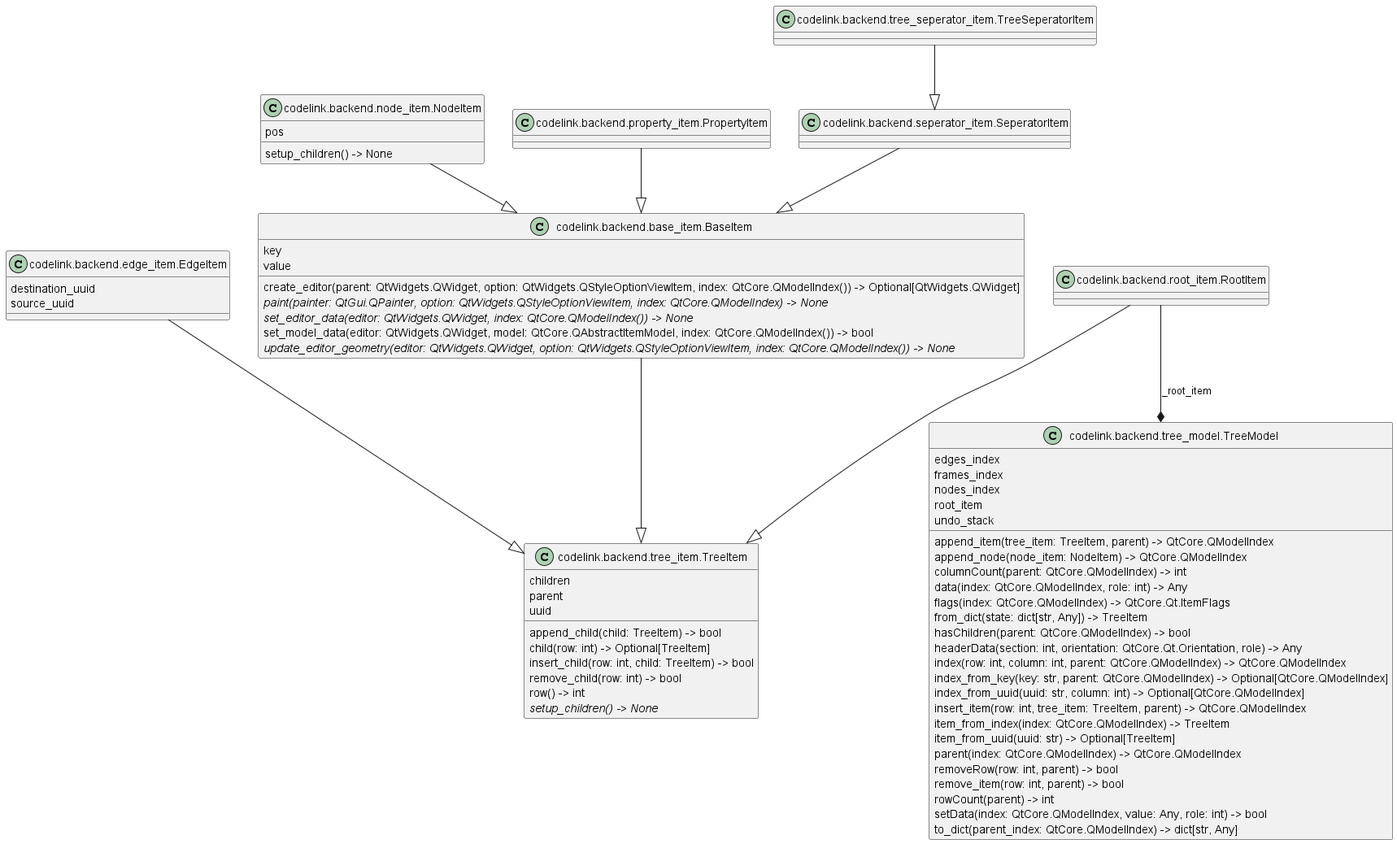
Before: img/backend_classes.png, a diagram exported from PlantUML (j8sr0230/codelink).
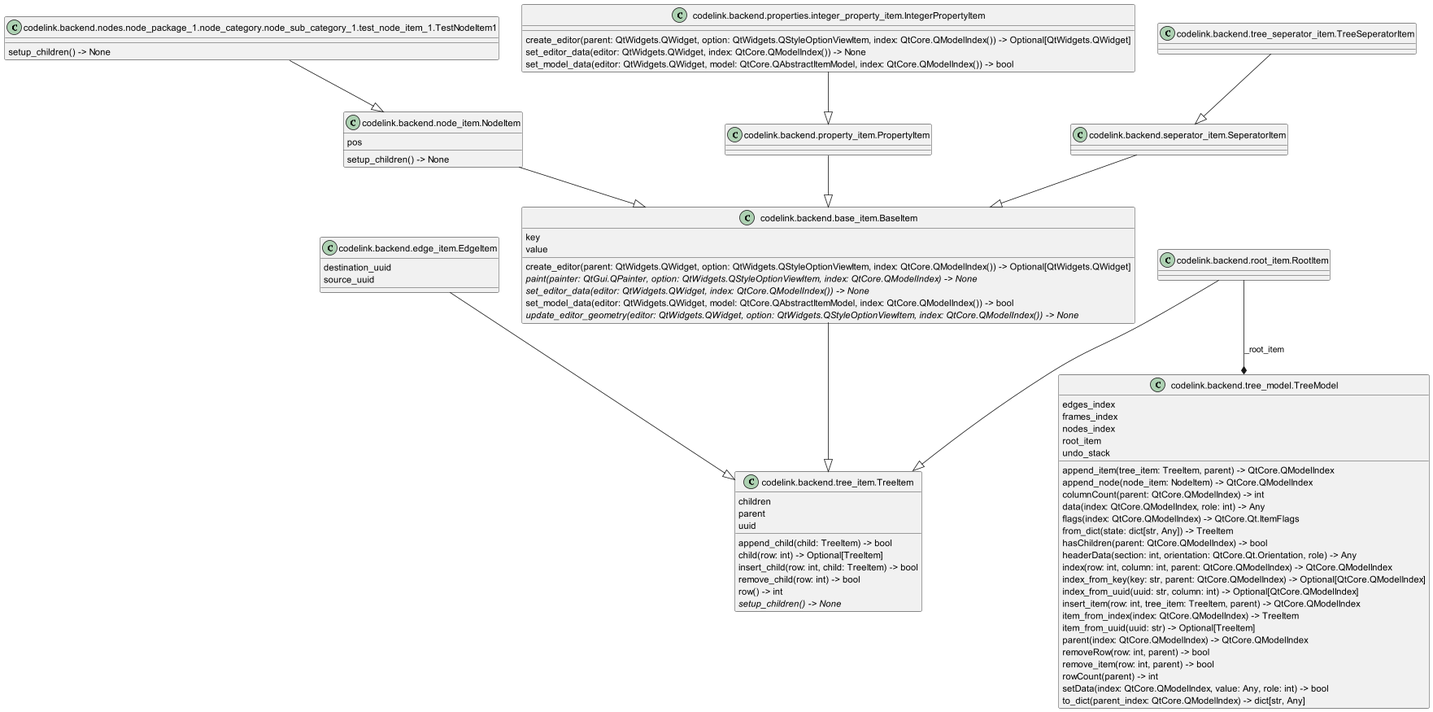
The same diagram one commit later.

Diff of the diagram source:
```diff
@@ -16,6 +16,14 @@
 class "codelink.backend.node_item.NodeItem" as codelink.backend.node_item.NodeItem {
   pos
   setup_children() -> None
+}
+class "codelink.backend.nodes.node_package_1.node_category.node_sub_category_1.test_node_item_1.TestNodeItem1" as codelink.backend.nodes.node_package_1.node_category.node_sub_category_1.test_node_item_1.TestNodeItem1 {
+  setup_children() -> None
+}
+class "codelink.backend.properties.integer_property_item.IntegerPropertyItem" as codelink.backend.properties.integer_property_item.IntegerPropertyItem {
+  create_editor(parent: QtWidgets.QWidget, option: QtWidgets.QStyleOptionViewItem, index: QtCore.QModelIndex()) -> Optional[QtWidgets.QWidget]
+  set_editor_data(editor: QtWidgets.QWidget, index: QtCore.QModelIndex()) -> None
+  set_model_data(editor: QtWidgets.QWidget, model: QtCore.QAbstractItemModel, index: QtCore.QModelIndex()) -> bool
 }
 class "codelink.backend.property_item.PropertyItem" as codelink.backend.property_item.PropertyItem {
 }
@@ -66,6 +74,8 @@
 codelink.backend.base_item.BaseItem --|> codelink.backend.tree_item.TreeItem
 codelink.backend.edge_item.EdgeItem --|> codelink.backend.tree_item.TreeItem
 codelink.backend.node_item.NodeItem --|> codelink.backend.base_item.BaseItem
+codelink.backend.nodes.node_package_1.node_category.node_sub_category_1.test_node_item_1.TestNodeItem1 --|> codelink.backend.node_item.NodeItem
+codelink.backend.properties.integer_property_item.IntegerPropertyItem --|> codelink.backend.property_item.PropertyItem
 codelink.backend.property_item.PropertyItem --|> codelink.backend.base_item.BaseItem
 codelink.backend.root_item.RootItem --|> codelink.backend.tree_item.TreeItem
 codelink.backend.seperator_item.SeperatorItem --|> codelink.backend.base_item.BaseItem
```
